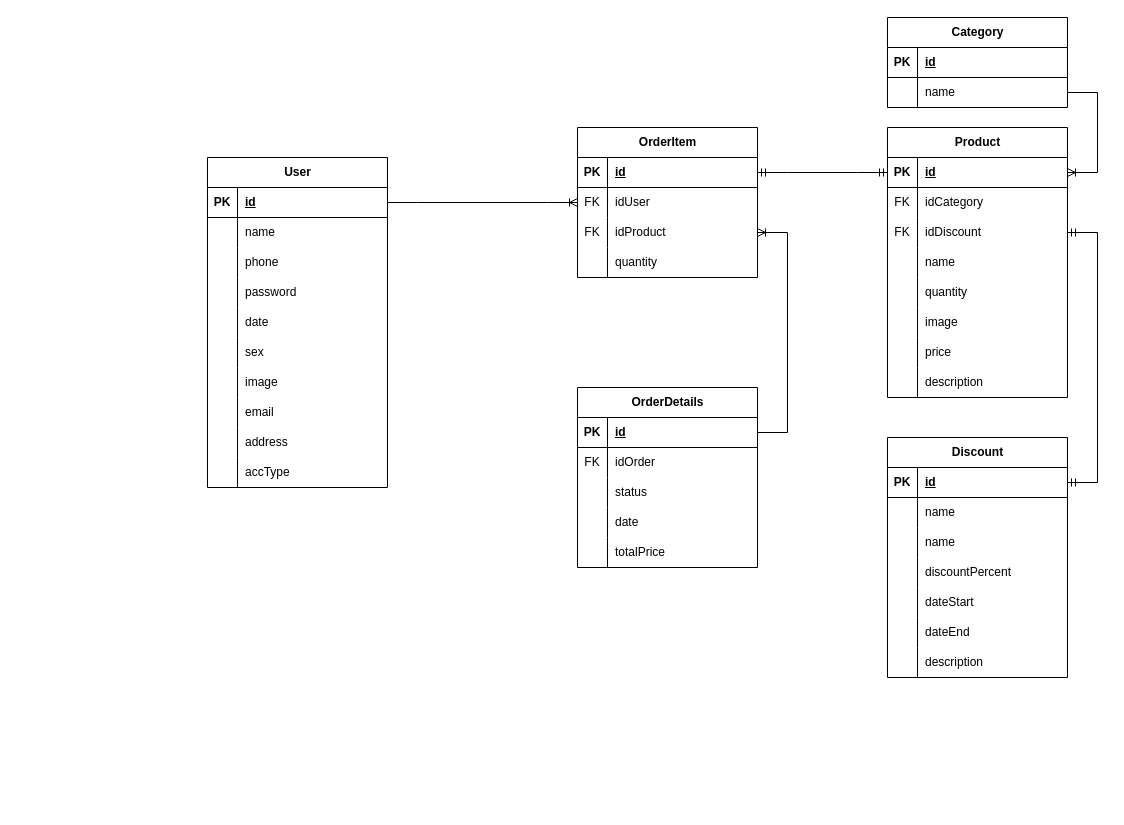
Before: Tài liệu/Biểu đồ csdl.drawio in KienPC-KEN/ServerFoodApp, a draw.io diagram. Source tidied: cells renumbered, new cells numbered last; positions are measured from the earlier drawing's top-left corner, leaving out a move shared by most shapes. Both pictures are drawn from the tidied source at 100%, with x=0, y=0 at pixel (207, 17).
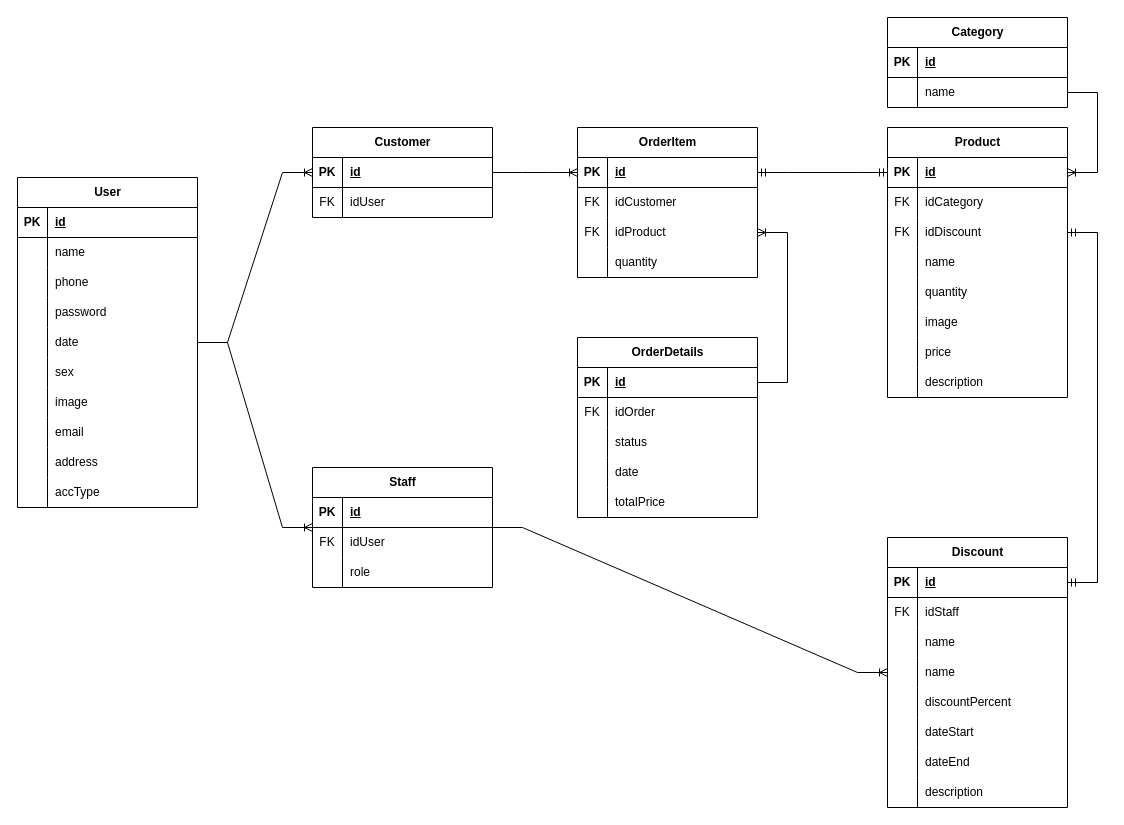
The same diagram, later.

The change refers to these unchanged cells:
```xml
<mxCell id="35" style="shape=tableRow;horizontal=0;startSize=0;swimlaneHead=0;swimlaneBody=0;fillColor=none;points=[[0,0.5],[1,0.5]];portConstraint=eastwest;top=0;left=0;right=0;bottom=1;" parent="34" vertex="1">
  <mxGeometry y="30" width="180" height="30" as="geometry" />
</mxCell>
<mxCell id="67" style="shape=tableRow;horizontal=0;startSize=0;swimlaneHead=0;swimlaneBody=0;fillColor=none;points=[[0,0.5],[1,0.5]];portConstraint=eastwest;top=0;left=0;right=0;bottom=1;" parent="66" vertex="1">
  <mxGeometry y="30" width="180" height="30" as="geometry" />
</mxCell>
<mxCell id="70" style="shape=tableRow;horizontal=0;startSize=0;swimlaneHead=0;swimlaneBody=0;fillColor=none;points=[[0,0.5],[1,0.5]];portConstraint=eastwest;top=0;left=0;right=0;bottom=0;" parent="66" vertex="1">
  <mxGeometry y="60" width="180" height="30" as="geometry" />
</mxCell>
```

The edit, as a diff of the source:
```diff
@@
     <mxCell id="34" value="User" style="shape=table;startSize=30;childLayout=tableLayout;rowLines=0;fontStyle=1;align=center;html=1;" parent="1" vertex="1">
-      <mxGeometry y="140" width="180" height="330" as="geometry" />
+      <mxGeometry x="-190" y="160" width="180" height="330" as="geometry" />
     </mxCell>
@@
-    <mxCell id="72" value="idUser" style="shape=partialRectangle;fillColor=none;top=0;left=0;bottom=0;right=0;align=left;spacingLeft=6;overflow=hidden;whiteSpace=wrap;html=1;" parent="70" vertex="1">
+    <mxCell id="72" value="idCustomer" style="shape=partialRectangle;fillColor=none;top=0;left=0;bottom=0;right=0;align=left;spacingLeft=6;overflow=hidden;whiteSpace=wrap;html=1;" parent="70" vertex="1">
       <mxGeometry x="30" width="150" height="30" as="geometry" />
     </mxCell>
@@
     <mxCell id="79" value="OrderDetails" style="shape=table;startSize=30;childLayout=tableLayout;rowLines=0;fontStyle=1;align=center;html=1;" parent="1" vertex="1">
-      <mxGeometry x="370" y="370" width="180" height="180" as="geometry" />
+      <mxGeometry x="370" y="320" width="180" height="180" as="geometry" />
     </mxCell>
@@
-    <mxCell id="95" style="edgeStyle=entityRelationEdgeStyle;fontSize=12;html=1;endArrow=ERoneToMany;rounded=0;exitX=1;exitY=0.5;exitDx=0;exitDy=0;entryX=0;entryY=0.5;entryDx=0;entryDy=0;" parent="1" edge="1" source="35" target="70">
+    <mxCell id="95" style="edgeStyle=entityRelationEdgeStyle;fontSize=12;html=1;endArrow=ERoneToMany;rounded=0;" parent="1" edge="1" source="34" target="124">
       <mxGeometry relative="1" as="geometry" />
     </mxCell>
@@
     <mxCell id="98" value="Discount " style="shape=table;startSize=30;childLayout=tableLayout;rowLines=0;fontStyle=1;align=center;html=1;" parent="1" vertex="1">
-      <mxGeometry x="680" y="420" width="180" height="240" as="geometry" />
+      <mxGeometry x="680" y="520" width="180" height="270" as="geometry" />
     </mxCell>
@@
+    <mxCell id="121" style="shape=tableRow;horizontal=0;startSize=0;swimlaneHead=0;swimlaneBody=0;fillColor=none;top=0;left=0;right=0;bottom=0;" parent="98" vertex="1">
+      <mxGeometry y="60" width="180" height="30" as="geometry" />
+    </mxCell>
+    <mxCell id="122" value="FK" style="shape=partialRectangle;fillColor=none;top=0;left=0;bottom=0;right=0;overflow=hidden;whiteSpace=wrap;html=1;" parent="121" vertex="1">
+      <mxGeometry width="30" height="30" as="geometry" />
+    </mxCell>
+    <mxCell id="123" value="idStaff" style="shape=partialRectangle;fillColor=none;top=0;left=0;bottom=0;right=0;align=left;spacingLeft=6;overflow=hidden;whiteSpace=wrap;html=1;" parent="121" vertex="1">
+      <mxGeometry x="30" width="150" height="30" as="geometry" />
+    </mxCell>
     <mxCell id="102" style="shape=tableRow;horizontal=0;startSize=0;swimlaneHead=0;swimlaneBody=0;fillColor=none;top=0;left=0;right=0;bottom=0;" parent="98" vertex="1">
-      <mxGeometry y="60" width="180" height="30" as="geometry" />
+      <mxGeometry y="90" width="180" height="30" as="geometry" />
     </mxCell>
@@
     <mxCell id="105" style="shape=tableRow;horizontal=0;startSize=0;swimlaneHead=0;swimlaneBody=0;fillColor=none;top=0;left=0;right=0;bottom=0;" parent="98" vertex="1">
-      <mxGeometry y="90" width="180" height="30" as="geometry" />
+      <mxGeometry y="120" width="180" height="30" as="geometry" />
     </mxCell>
@@
     <mxCell id="108" style="shape=tableRow;horizontal=0;startSize=0;swimlaneHead=0;swimlaneBody=0;fillColor=none;top=0;left=0;right=0;bottom=0;" parent="98" vertex="1">
-      <mxGeometry y="120" width="180" height="30" as="geometry" />
+      <mxGeometry y="150" width="180" height="30" as="geometry" />
     </mxCell>
@@
     <mxCell id="111" style="shape=tableRow;horizontal=0;startSize=0;swimlaneHead=0;swimlaneBody=0;fillColor=none;top=0;left=0;right=0;bottom=0;" parent="98" vertex="1">
-      <mxGeometry y="150" width="180" height="30" as="geometry" />
+      <mxGeometry y="180" width="180" height="30" as="geometry" />
     </mxCell>
@@
     <mxCell id="114" style="shape=tableRow;horizontal=0;startSize=0;swimlaneHead=0;swimlaneBody=0;fillColor=none;top=0;left=0;right=0;bottom=0;" parent="98" vertex="1">
-      <mxGeometry y="180" width="180" height="30" as="geometry" />
+      <mxGeometry y="210" width="180" height="30" as="geometry" />
     </mxCell>
@@
     <mxCell id="117" style="shape=tableRow;horizontal=0;startSize=0;swimlaneHead=0;swimlaneBody=0;fillColor=none;top=0;left=0;right=0;bottom=0;" parent="98" vertex="1">
-      <mxGeometry y="210" width="180" height="30" as="geometry" />
+      <mxGeometry y="240" width="180" height="30" as="geometry" />
     </mxCell>
@@
+    <mxCell id="124" value="Customer" style="shape=table;startSize=30;childLayout=tableLayout;rowLines=0;fontStyle=1;align=center;html=1;" parent="1" vertex="1">
+      <mxGeometry x="105" y="110" width="180" height="90" as="geometry" />
+    </mxCell>
+    <mxCell id="125" style="shape=tableRow;horizontal=0;startSize=0;swimlaneHead=0;swimlaneBody=0;fillColor=none;points=[[0,0.5],[1,0.5]];portConstraint=eastwest;top=0;left=0;right=0;bottom=1;" parent="124" vertex="1">
+      <mxGeometry y="30" width="180" height="30" as="geometry" />
+    </mxCell>
+    <mxCell id="126" value="PK" style="shape=partialRectangle;fillColor=none;top=0;left=0;bottom=0;right=0;fontStyle=1;overflow=hidden;whiteSpace=wrap;html=1;" parent="125" vertex="1">
+      <mxGeometry width="30" height="30" as="geometry" />
+    </mxCell>
+    <mxCell id="127" value="id" style="shape=partialRectangle;fillColor=none;top=0;left=0;bottom=0;right=0;align=left;spacingLeft=6;fontStyle=5;overflow=hidden;whiteSpace=wrap;html=1;" parent="125" vertex="1">
+      <mxGeometry x="30" width="150" height="30" as="geometry" />
+    </mxCell>
+    <mxCell id="128" style="shape=tableRow;horizontal=0;startSize=0;swimlaneHead=0;swimlaneBody=0;fillColor=none;top=0;left=0;right=0;bottom=0;" parent="124" vertex="1">
+      <mxGeometry y="60" width="180" height="30" as="geometry" />
+    </mxCell>
+    <mxCell id="129" value="FK" style="shape=partialRectangle;fillColor=none;top=0;left=0;bottom=0;right=0;overflow=hidden;whiteSpace=wrap;html=1;" parent="128" vertex="1">
+      <mxGeometry width="30" height="30" as="geometry" />
+    </mxCell>
+    <mxCell id="130" value="idUser" style="shape=partialRectangle;fillColor=none;top=0;left=0;bottom=0;right=0;align=left;spacingLeft=6;overflow=hidden;whiteSpace=wrap;html=1;" parent="128" vertex="1">
+      <mxGeometry x="30" width="150" height="30" as="geometry" />
+    </mxCell>
+    <mxCell id="131" value="Staff" style="shape=table;startSize=30;childLayout=tableLayout;rowLines=0;fontStyle=1;align=center;html=1;" parent="1" vertex="1">
+      <mxGeometry x="105" y="450" width="180" height="120" as="geometry" />
+    </mxCell>
+    <mxCell id="132" style="shape=tableRow;horizontal=0;startSize=0;swimlaneHead=0;swimlaneBody=0;fillColor=none;top=0;left=0;right=0;bottom=1;" parent="131" vertex="1">
+      <mxGeometry y="30" width="180" height="30" as="geometry" />
+    </mxCell>
+    <mxCell id="133" value="PK" style="shape=partialRectangle;fillColor=none;top=0;left=0;bottom=0;right=0;fontStyle=1;overflow=hidden;whiteSpace=wrap;html=1;" parent="132" vertex="1">
+      <mxGeometry width="30" height="30" as="geometry" />
+    </mxCell>
+    <mxCell id="134" value="id" style="shape=partialRectangle;fillColor=none;top=0;left=0;bottom=0;right=0;align=left;spacingLeft=6;fontStyle=5;overflow=hidden;whiteSpace=wrap;html=1;" parent="132" vertex="1">
+      <mxGeometry x="30" width="150" height="30" as="geometry" />
+    </mxCell>
+    <mxCell id="135" style="shape=tableRow;horizontal=0;startSize=0;swimlaneHead=0;swimlaneBody=0;fillColor=none;top=0;left=0;right=0;bottom=0;" parent="131" vertex="1">
+      <mxGeometry y="60" width="180" height="30" as="geometry" />
+    </mxCell>
+    <mxCell id="136" value="FK" style="shape=partialRectangle;fillColor=none;top=0;left=0;bottom=0;right=0;overflow=hidden;whiteSpace=wrap;html=1;" parent="135" vertex="1">
+      <mxGeometry width="30" height="30" as="geometry" />
+    </mxCell>
+    <mxCell id="137" value="idUser" style="shape=partialRectangle;fillColor=none;top=0;left=0;bottom=0;right=0;align=left;spacingLeft=6;overflow=hidden;whiteSpace=wrap;html=1;" parent="135" vertex="1">
+      <mxGeometry x="30" width="150" height="30" as="geometry" />
+    </mxCell>
+    <mxCell id="138" style="shape=tableRow;horizontal=0;startSize=0;swimlaneHead=0;swimlaneBody=0;fillColor=none;top=0;left=0;right=0;bottom=0;" parent="131" vertex="1">
+      <mxGeometry y="90" width="180" height="30" as="geometry" />
+    </mxCell>
+    <mxCell id="139" style="shape=partialRectangle;fillColor=none;top=0;left=0;bottom=0;right=0;overflow=hidden;whiteSpace=wrap;html=1;" parent="138" vertex="1">
+      <mxGeometry width="30" height="30" as="geometry" />
+    </mxCell>
+    <mxCell id="140" value="role" style="shape=partialRectangle;fillColor=none;top=0;left=0;bottom=0;right=0;align=left;spacingLeft=6;overflow=hidden;whiteSpace=wrap;html=1;" parent="138" vertex="1">
+      <mxGeometry x="30" width="150" height="30" as="geometry" />
+    </mxCell>
+    <mxCell id="141" style="edgeStyle=entityRelationEdgeStyle;fontSize=12;html=1;endArrow=ERoneToMany;rounded=0;" parent="1" edge="1" source="34" target="131">
+      <mxGeometry relative="1" as="geometry" />
+    </mxCell>
+    <mxCell id="142" style="edgeStyle=entityRelationEdgeStyle;fontSize=12;html=1;endArrow=ERoneToMany;rounded=0;entryX=0;entryY=0.5;entryDx=0;entryDy=0;exitX=1;exitY=0.5;exitDx=0;exitDy=0;" parent="1" edge="1" source="125" target="67">
+      <mxGeometry relative="1" as="geometry" />
+    </mxCell>
+    <mxCell id="143" style="edgeStyle=entityRelationEdgeStyle;fontSize=12;html=1;endArrow=ERoneToMany;rounded=0;" parent="1" edge="1" source="131" target="98">
+      <mxGeometry relative="1" as="geometry" />
+    </mxCell>
```
